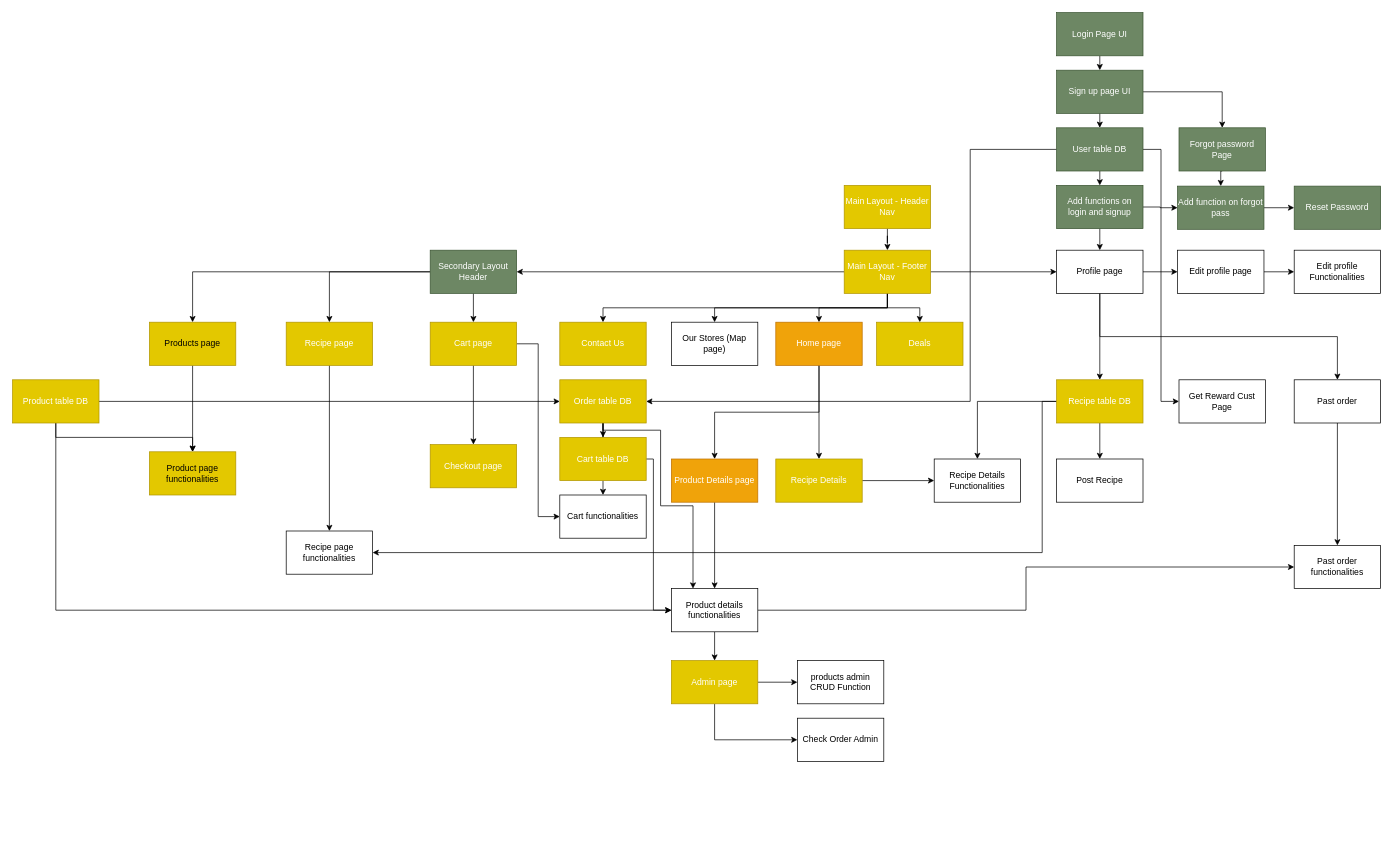
Earlier version of the draw.io diagram Untitled Diagram.drawio (Wavergg/721SoftwareEngineering). Source tidied: cells renumbered, new cells numbered last; positions are measured from the earlier drawing's top-left corner, leaving out a move shared by most shapes. Both pictures are drawn from the tidied source at 72%, with x=0, y=0 at pixel (12, 12).
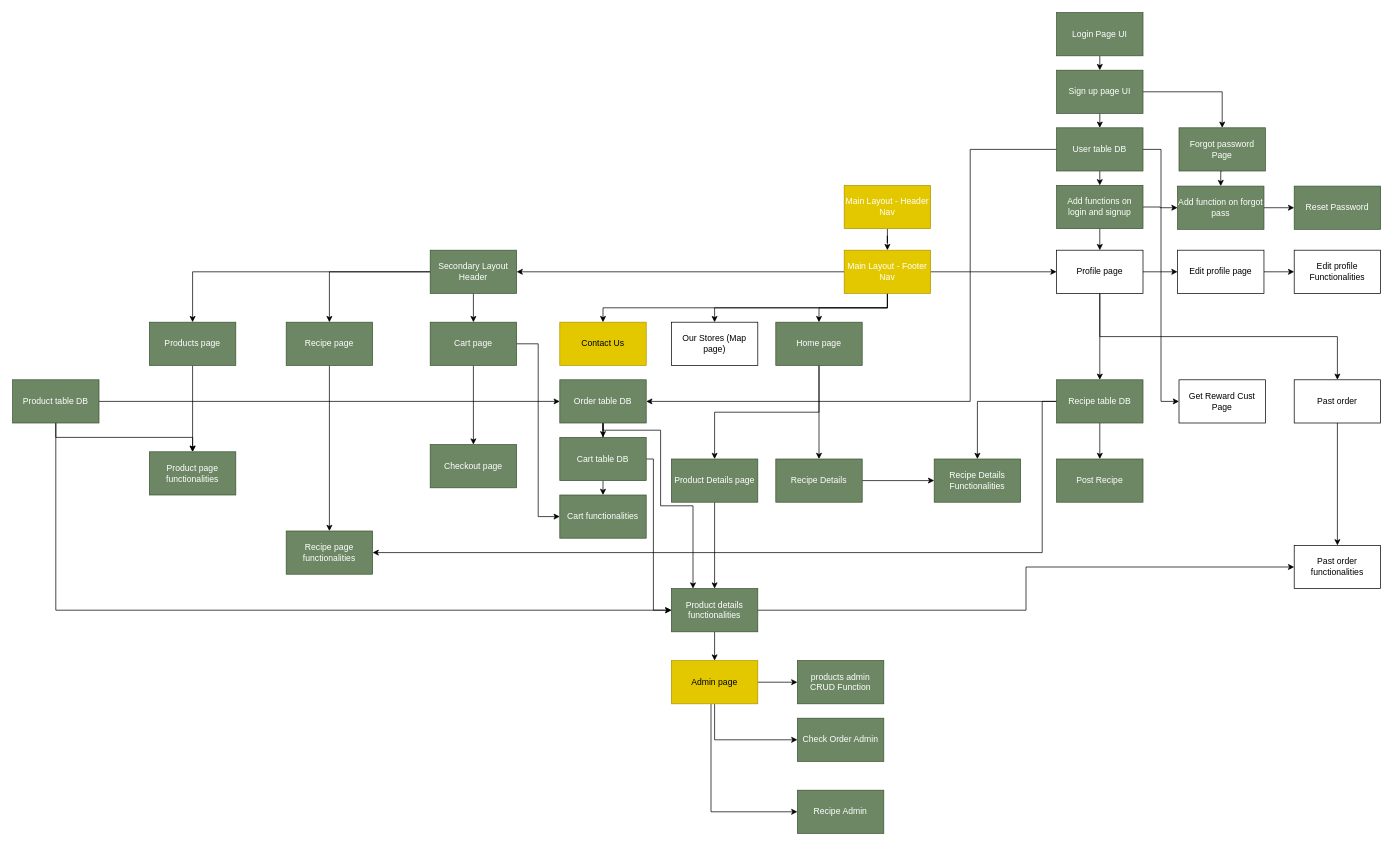
Above is the later version.

The change refers to these unchanged cells:
```xml
<mxCell id="10" value="Main Layout - Footer Nav" style="rounded=0;whiteSpace=wrap;html=1;fillColor=#e3c800;strokeColor=#B09500;fontColor=#ffffff;" parent="1" vertex="1">
  <mxGeometry x="1155" y="330" width="120" height="60" as="geometry" />
</mxCell>
```

The edit, as a diff of the source:
```diff
@@
-    <mxCell id="9" style="edgeStyle=orthogonalEdgeStyle;rounded=0;jettySize=auto;html=1;entryX=0.5;entryY=0;entryDx=0;entryDy=0;" parent="1" edge="1" source="10" target="86">
-      <mxGeometry relative="1" as="geometry" />
-    </mxCell>
@@
-    <mxCell id="15" value="Home page" style="rounded=0;whiteSpace=wrap;html=1;fillColor=#f0a30a;strokeColor=#BD7000;fontColor=#ffffff;" parent="1" vertex="1">
+    <mxCell id="15" value="Home page" style="rounded=0;whiteSpace=wrap;html=1;fillColor=#6d8764;strokeColor=#3A5431;fontColor=#ffffff;" parent="1" vertex="1">
       <mxGeometry x="1060" y="430" width="120" height="60" as="geometry" />
     </mxCell>
@@
-    <mxCell id="17" value="Contact Us" style="rounded=0;whiteSpace=wrap;html=1;fillColor=#e3c800;strokeColor=#B09500;fontColor=#ffffff;" parent="1" vertex="1">
+    <mxCell id="17" value="Contact Us" style="rounded=0;whiteSpace=wrap;html=1;fillColor=#e3c800;strokeColor=#B09500;fontColor=#000000;" parent="1" vertex="1">
       <mxGeometry x="760" y="430" width="120" height="60" as="geometry" />
     </mxCell>
@@
-    <mxCell id="19" value="Recipe Details" style="rounded=0;whiteSpace=wrap;html=1;fillColor=#e3c800;strokeColor=#B09500;fontColor=#ffffff;" parent="1" vertex="1">
+    <mxCell id="19" value="Recipe Details" style="rounded=0;whiteSpace=wrap;html=1;fillColor=#6d8764;strokeColor=#3A5431;fontColor=#ffffff;" parent="1" vertex="1">
       <mxGeometry x="1060" y="620" width="120" height="60" as="geometry" />
     </mxCell>
@@
-    <mxCell id="28" value="Post Recipe" style="rounded=0;whiteSpace=wrap;html=1;" parent="1" vertex="1">
+    <mxCell id="28" value="Post Recipe" style="rounded=0;whiteSpace=wrap;html=1;fillColor=#6d8764;strokeColor=#3A5431;fontColor=#ffffff;" parent="1" vertex="1">
       <mxGeometry x="1450" y="620" width="120" height="60" as="geometry" />
     </mxCell>
-    <mxCell id="29" value="Recipe Details Functionalities" style="rounded=0;whiteSpace=wrap;html=1;" parent="1" vertex="1">
+    <mxCell id="29" value="Recipe Details Functionalities" style="rounded=0;whiteSpace=wrap;html=1;fillColor=#6d8764;strokeColor=#3A5431;fontColor=#ffffff;" parent="1" vertex="1">
       <mxGeometry x="1280" y="620" width="120" height="60" as="geometry" />
     </mxCell>
@@
-    <mxCell id="41" value="Recipe page" style="rounded=0;whiteSpace=wrap;html=1;fillColor=#e3c800;strokeColor=#B09500;fontColor=#ffffff;" parent="1" vertex="1">
+    <mxCell id="41" value="Recipe page" style="rounded=0;whiteSpace=wrap;html=1;fillColor=#6d8764;strokeColor=#3A5431;fontColor=#ffffff;" parent="1" vertex="1">
       <mxGeometry x="380" y="430" width="120" height="60" as="geometry" />
     </mxCell>
@@
-    <mxCell id="49" value="Recipe table DB" style="rounded=0;whiteSpace=wrap;html=1;fillColor=#e3c800;strokeColor=#B09500;fontColor=#ffffff;" parent="1" vertex="1">
+    <mxCell id="49" value="Recipe table DB" style="rounded=0;whiteSpace=wrap;html=1;fillColor=#6d8764;strokeColor=#3A5431;fontColor=#ffffff;" parent="1" vertex="1">
       <mxGeometry x="1450" y="510" width="120" height="60" as="geometry" />
     </mxCell>
-    <mxCell id="50" value="Recipe page functionalities" style="rounded=0;whiteSpace=wrap;html=1;" parent="1" vertex="1">
+    <mxCell id="50" value="Recipe page functionalities" style="rounded=0;whiteSpace=wrap;html=1;fillColor=#6d8764;strokeColor=#3A5431;fontColor=#ffffff;" parent="1" vertex="1">
       <mxGeometry x="380" y="720" width="120" height="60" as="geometry" />
     </mxCell>
@@
-    <mxCell id="56" value="Cart page" style="rounded=0;whiteSpace=wrap;html=1;fillColor=#e3c800;strokeColor=#B09500;fontColor=#ffffff;" parent="1" vertex="1">
+    <mxCell id="56" value="Cart page" style="rounded=0;whiteSpace=wrap;html=1;fillColor=#6d8764;strokeColor=#3A5431;fontColor=#ffffff;" parent="1" vertex="1">
       <mxGeometry x="580" y="430" width="120" height="60" as="geometry" />
     </mxCell>
-    <mxCell id="57" value="Checkout page" style="rounded=0;whiteSpace=wrap;html=1;fillColor=#e3c800;strokeColor=#B09500;fontColor=#ffffff;" parent="1" vertex="1">
+    <mxCell id="57" value="Checkout page" style="rounded=0;whiteSpace=wrap;html=1;fillColor=#6d8764;strokeColor=#3A5431;fontColor=#ffffff;" parent="1" vertex="1">
       <mxGeometry x="580" y="600" width="120" height="60" as="geometry" />
     </mxCell>
@@
-    <mxCell id="59" value="Products page" style="rounded=0;whiteSpace=wrap;html=1;fillColor=#e3c800;strokeColor=#B09500;fontColor=#000000;" parent="1" vertex="1">
+    <mxCell id="59" value="Products page" style="rounded=0;whiteSpace=wrap;html=1;fillColor=#6d8764;strokeColor=#3A5431;fontColor=#ffffff;" parent="1" vertex="1">
       <mxGeometry x="190" y="430" width="120" height="60" as="geometry" />
     </mxCell>
@@
-    <mxCell id="61" value="Product Details page" style="rounded=0;whiteSpace=wrap;html=1;fillColor=#f0a30a;strokeColor=#BD7000;fontColor=#ffffff;" parent="1" vertex="1">
+    <mxCell id="61" value="Product Details page" style="rounded=0;whiteSpace=wrap;html=1;fillColor=#6d8764;strokeColor=#3A5431;fontColor=#ffffff;" parent="1" vertex="1">
       <mxGeometry x="915" y="620" width="120" height="60" as="geometry" />
     </mxCell>
@@
-    <mxCell id="64" value="Product details functionalities" style="rounded=0;whiteSpace=wrap;html=1;" parent="1" vertex="1">
+    <mxCell id="64" value="Product details functionalities" style="rounded=0;whiteSpace=wrap;html=1;fillColor=#6d8764;strokeColor=#3A5431;fontColor=#ffffff;" parent="1" vertex="1">
       <mxGeometry x="915" y="800" width="120" height="60" as="geometry" />
     </mxCell>
-    <mxCell id="65" value="Product page functionalities" style="rounded=0;whiteSpace=wrap;html=1;fillColor=#e3c800;strokeColor=#B09500;fontColor=#000000;" parent="1" vertex="1">
+    <mxCell id="65" value="Product page functionalities" style="rounded=0;whiteSpace=wrap;html=1;fillColor=#6d8764;strokeColor=#3A5431;fontColor=#ffffff;" parent="1" vertex="1">
       <mxGeometry x="190" y="610" width="120" height="60" as="geometry" />
     </mxCell>
@@
-    <mxCell id="69" value="Product table DB" style="rounded=0;whiteSpace=wrap;html=1;fillColor=#e3c800;strokeColor=#B09500;fontColor=#ffffff;" parent="1" vertex="1">
+    <mxCell id="69" value="Product table DB" style="rounded=0;whiteSpace=wrap;html=1;fillColor=#6d8764;strokeColor=#3A5431;fontColor=#ffffff;" parent="1" vertex="1">
       <mxGeometry y="510" width="120" height="60" as="geometry" />
     </mxCell>
-    <mxCell id="70" value="Cart functionalities" style="rounded=0;whiteSpace=wrap;html=1;" parent="1" vertex="1">
+    <mxCell id="70" value="Cart functionalities" style="rounded=0;whiteSpace=wrap;html=1;fillColor=#6d8764;strokeColor=#3A5431;fontColor=#ffffff;" parent="1" vertex="1">
       <mxGeometry x="760" y="670" width="120" height="60" as="geometry" />
     </mxCell>
@@
-    <mxCell id="74" value="Order table DB" style="rounded=0;whiteSpace=wrap;html=1;fillColor=#e3c800;strokeColor=#B09500;fontColor=#ffffff;" parent="1" vertex="1">
+    <mxCell id="74" value="Order table DB" style="rounded=0;whiteSpace=wrap;html=1;fillColor=#6d8764;strokeColor=#3A5431;fontColor=#ffffff;" parent="1" vertex="1">
       <mxGeometry x="760" y="510" width="120" height="60" as="geometry" />
     </mxCell>
@@
-    <mxCell id="77" value="Cart table DB" style="rounded=0;whiteSpace=wrap;html=1;fillColor=#e3c800;strokeColor=#B09500;fontColor=#ffffff;" parent="1" vertex="1">
+    <mxCell id="77" value="Cart table DB" style="rounded=0;whiteSpace=wrap;html=1;fillColor=#6d8764;strokeColor=#3A5431;fontColor=#ffffff;" parent="1" vertex="1">
       <mxGeometry x="760" y="590" width="120" height="60" as="geometry" />
     </mxCell>
@@
+    <mxCell id="88" style="edgeStyle=orthogonalEdgeStyle;rounded=0;jettySize=auto;html=1;entryX=0;entryY=0.5;entryDx=0;entryDy=0;" parent="1" edge="1" target="89">
+      <mxGeometry relative="1" as="geometry">
+        <mxPoint x="970" y="960" as="sourcePoint" />
+        <Array as="points">
+          <mxPoint x="970" y="1110" />
+        </Array>
+      </mxGeometry>
+    </mxCell>
-    <mxCell id="80" value="Admin page" style="rounded=0;whiteSpace=wrap;html=1;fillColor=#e3c800;strokeColor=#B09500;fontColor=#ffffff;" parent="1" vertex="1">
+    <mxCell id="80" value="Admin page" style="rounded=0;whiteSpace=wrap;html=1;fillColor=#e3c800;strokeColor=#B09500;fontColor=#000000;" parent="1" vertex="1">
       <mxGeometry x="915" y="900" width="120" height="60" as="geometry" />
     </mxCell>
-    <mxCell id="81" value="products admin CRUD Function" style="rounded=0;whiteSpace=wrap;html=1;" parent="1" vertex="1">
+    <mxCell id="81" value="products admin CRUD Function" style="rounded=0;whiteSpace=wrap;html=1;fillColor=#6d8764;strokeColor=#3A5431;fontColor=#ffffff;" parent="1" vertex="1">
       <mxGeometry x="1090" y="900" width="120" height="60" as="geometry" />
     </mxCell>
-    <mxCell id="82" value="Check Order Admin" style="rounded=0;whiteSpace=wrap;html=1;" parent="1" vertex="1">
+    <mxCell id="82" value="Check Order Admin" style="rounded=0;whiteSpace=wrap;html=1;fillColor=#6d8764;strokeColor=#3A5431;fontColor=#ffffff;" parent="1" vertex="1">
       <mxGeometry x="1090" y="980" width="120" height="60" as="geometry" />
     </mxCell>
@@
-    <mxCell id="86" value="Deals" style="rounded=0;whiteSpace=wrap;html=1;fillColor=#e3c800;strokeColor=#B09500;fontColor=#ffffff;" parent="1" vertex="1">
-      <mxGeometry x="1200" y="430" width="120" height="60" as="geometry" />
-    </mxCell>
@@
+    <mxCell id="89" value="Recipe Admin" style="rounded=0;whiteSpace=wrap;html=1;fillColor=#6d8764;strokeColor=#3A5431;fontColor=#ffffff;" parent="1" vertex="1">
+      <mxGeometry x="1090" y="1080" width="120" height="60" as="geometry" />
+    </mxCell>
```
